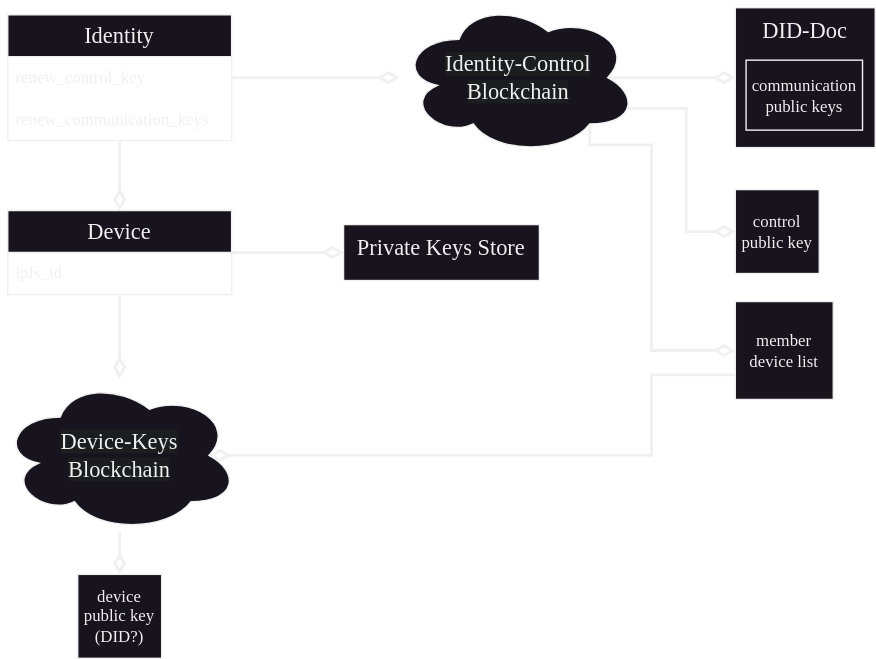
Before: KeyManagement.drawio.svg, a diagram exported from draw.io (emendir/WalytisIdentities). Source tidied: cells renumbered, new cells last; positions are measured from the earlier drawing's top-left corner, leaving out a move shared by most shapes. Its diagram source:
```xml
<mxGraphModel>
  <root>
    <mxCell id="0" />
    <mxCell id="1" parent="0" />
    <mxCell id="2" value="DID-Doc" style="rounded=0;whiteSpace=wrap;html=1;verticalAlign=top;fontSize=16;fontFamily=Libertinus;" parent="1" vertex="1">
      <mxGeometry x="525" y="5" width="100" height="100" as="geometry" />
    </mxCell>
    <mxCell id="3" value="communication&lt;br&gt;public keys" style="rounded=0;whiteSpace=wrap;html=1;fontFamily=Libertinus;" parent="2" vertex="1">
      <mxGeometry x="7.7" y="37.5" width="83.2" height="50" as="geometry" />
    </mxCell>
    <mxCell id="4" style="edgeStyle=orthogonalEdgeStyle;rounded=0;jettySize=auto;html=1;exitX=0.875;exitY=0.5;exitDx=0;exitDy=0;endArrow=diamondThin;endFill=0;strokeWidth=2;endSize=10;fontFamily=Libertinus;exitPerimeter=0;" parent="1" edge="1" source="19" target="2">
      <mxGeometry relative="1" as="geometry" />
    </mxCell>
    <mxCell id="5" style="edgeStyle=orthogonalEdgeStyle;rounded=0;jettySize=auto;html=1;exitX=0.8;exitY=0.8;exitDx=0;exitDy=0;entryX=0;entryY=0.5;entryDx=0;entryDy=0;endArrow=diamondThin;fontFamily=Libertinus;endFill=0;strokeWidth=2;endSize=10;exitPerimeter=0;" parent="1" edge="1" source="19" target="17">
      <mxGeometry relative="1" as="geometry">
        <Array as="points">
          <mxPoint x="421" y="103" />
          <mxPoint x="465" y="103" />
          <mxPoint x="465" y="250" />
        </Array>
      </mxGeometry>
    </mxCell>
    <mxCell id="6" style="edgeStyle=orthogonalEdgeStyle;rounded=0;jettySize=auto;html=1;endArrow=diamondThin;endFill=0;strokeWidth=2;fontFamily=Libertinus;endSize=10;" parent="1" edge="1" source="12" target="19">
      <mxGeometry relative="1" as="geometry" />
    </mxCell>
    <mxCell id="7" value="control public key" style="rounded=0;whiteSpace=wrap;html=1;fontFamily=Libertinus;" parent="1" vertex="1">
      <mxGeometry x="525" y="135" width="60" height="60" as="geometry" />
    </mxCell>
    <mxCell id="8" style="edgeStyle=orthogonalEdgeStyle;rounded=0;jettySize=auto;html=1;exitX=0.96;exitY=0.7;exitDx=0;exitDy=0;endArrow=diamondThin;endFill=0;strokeWidth=2;endSize=10;fontFamily=Libertinus;entryX=0;entryY=0.5;entryDx=0;entryDy=0;exitPerimeter=0;" parent="1" edge="1" source="19" target="7">
      <mxGeometry relative="1" as="geometry" />
    </mxCell>
    <mxCell id="9" value="Private Keys Store" style="rounded=0;whiteSpace=wrap;html=1;fontSize=16;verticalAlign=top;fontFamily=Libertinus;" parent="1" vertex="1">
      <mxGeometry x="245" y="160" width="140" height="40" as="geometry" />
    </mxCell>
    <mxCell id="10" style="edgeStyle=orthogonalEdgeStyle;rounded=0;jettySize=auto;html=1;endArrow=diamondThin;endFill=0;strokeWidth=2;fontFamily=Libertinus;endSize=10;" parent="1" edge="1" source="20" target="9">
      <mxGeometry relative="1" as="geometry" />
    </mxCell>
    <mxCell id="11" style="edgeStyle=orthogonalEdgeStyle;rounded=0;jettySize=auto;html=1;endArrow=diamondThin;endFill=0;strokeWidth=2;fontFamily=Libertinus;endSize=10;" parent="1" edge="1" source="12" target="20">
      <mxGeometry relative="1" as="geometry" />
    </mxCell>
    <mxCell id="12" value="&lt;font style=&quot;font-size: 16px;&quot;&gt;Identity&lt;/font&gt;" style="swimlane;fontStyle=0;horizontal=1;startSize=30;whiteSpace=wrap;html=1;fontFamily=Libertinus;" parent="1" vertex="1">
      <mxGeometry x="5" y="10" width="160" height="90" as="geometry" />
    </mxCell>
    <mxCell id="13" value="renew_control_key" style="text;strokeColor=none;fillColor=none;align=left;verticalAlign=middle;spacingLeft=4;spacingRight=4;overflow=hidden;whiteSpace=wrap;html=1;fontFamily=Libertinus;" parent="12" vertex="1">
      <mxGeometry y="30" width="160" height="30" as="geometry" />
    </mxCell>
    <mxCell id="14" value="renew_communication_keys" style="text;strokeColor=none;fillColor=none;align=left;verticalAlign=middle;spacingLeft=4;spacingRight=4;overflow=hidden;whiteSpace=wrap;html=1;fontFamily=Libertinus;" parent="12" vertex="1">
      <mxGeometry y="60" width="160" height="30" as="geometry" />
    </mxCell>
    <mxCell id="15" style="edgeStyle=orthogonalEdgeStyle;rounded=0;jettySize=auto;html=1;endArrow=diamondThin;fontFamily=Libertinus;endFill=0;strokeWidth=2;endSize=10;" parent="1" edge="1" source="20" target="22">
      <mxGeometry relative="1" as="geometry" />
    </mxCell>
    <mxCell id="16" style="edgeStyle=orthogonalEdgeStyle;rounded=0;jettySize=auto;html=1;endArrow=diamondThin;fontFamily=Libertinus;endFill=0;strokeWidth=2;endSize=10;" parent="1" edge="1" source="22" target="18">
      <mxGeometry relative="1" as="geometry" />
    </mxCell>
    <mxCell id="17" value="member device list" style="rounded=0;whiteSpace=wrap;html=1;fontFamily=Libertinus;" parent="1" vertex="1">
      <mxGeometry x="525" y="215" width="70" height="70" as="geometry" />
    </mxCell>
    <mxCell id="18" value="device public key (DID?)" style="rounded=0;whiteSpace=wrap;html=1;fontFamily=Libertinus;" parent="1" vertex="1">
      <mxGeometry x="55" y="410" width="60" height="60" as="geometry" />
    </mxCell>
    <mxCell id="19" value="&lt;span style=&quot;color: rgb(240, 240, 240); font-family: Libertinus; font-size: 16px; font-style: normal; font-variant-ligatures: normal; font-variant-caps: normal; font-weight: 400; letter-spacing: normal; orphans: 2; text-align: center; text-indent: 0px; text-transform: none; widows: 2; word-spacing: 0px; -webkit-text-stroke-width: 0px; background-color: rgb(27, 29, 30); text-decoration-thickness: initial; text-decoration-style: initial; text-decoration-color: initial; float: none; display: inline !important;&quot;&gt;Identity-Control&lt;/span&gt;&lt;br style=&quot;border-color: rgb(0, 0, 0); color: rgb(240, 240, 240); font-family: Libertinus; font-size: 16px; font-style: normal; font-variant-ligatures: normal; font-variant-caps: normal; font-weight: 400; letter-spacing: normal; orphans: 2; text-align: center; text-indent: 0px; text-transform: none; widows: 2; word-spacing: 0px; -webkit-text-stroke-width: 0px; background-color: rgb(27, 29, 30); text-decoration-thickness: initial; text-decoration-style: initial; text-decoration-color: initial;&quot;&gt;&lt;span style=&quot;color: rgb(240, 240, 240); font-family: Libertinus; font-size: 16px; font-style: normal; font-variant-ligatures: normal; font-variant-caps: normal; font-weight: 400; letter-spacing: normal; orphans: 2; text-align: center; text-indent: 0px; text-transform: none; widows: 2; word-spacing: 0px; -webkit-text-stroke-width: 0px; background-color: rgb(27, 29, 30); text-decoration-thickness: initial; text-decoration-style: initial; text-decoration-color: initial; float: none; display: inline !important;&quot;&gt;Blockchain&lt;/span&gt;" style="ellipse;shape=cloud;whiteSpace=wrap;html=1;" parent="1" vertex="1">
      <mxGeometry x="285" width="170" height="110" as="geometry" />
    </mxCell>
    <mxCell id="20" value="&lt;font style=&quot;font-size: 16px;&quot;&gt;Device&lt;/font&gt;" style="swimlane;fontStyle=0;horizontal=1;startSize=30;whiteSpace=wrap;html=1;fontFamily=Libertinus;" parent="1" vertex="1">
      <mxGeometry x="5" y="150" width="160" height="60" as="geometry" />
    </mxCell>
    <mxCell id="21" value="ipfs_id" style="text;strokeColor=none;fillColor=none;align=left;verticalAlign=middle;spacingLeft=4;spacingRight=4;overflow=hidden;whiteSpace=wrap;html=1;fontFamily=Libertinus;" parent="20" vertex="1">
      <mxGeometry y="30" width="160" height="30" as="geometry" />
    </mxCell>
    <mxCell id="22" value="&lt;span style=&quot;color: rgb(240, 240, 240); font-family: Libertinus; font-size: 16px; font-style: normal; font-variant-ligatures: normal; font-variant-caps: normal; font-weight: 400; letter-spacing: normal; orphans: 2; text-align: center; text-indent: 0px; text-transform: none; widows: 2; word-spacing: 0px; -webkit-text-stroke-width: 0px; background-color: rgb(27, 29, 30); text-decoration-thickness: initial; text-decoration-style: initial; text-decoration-color: initial; float: none; display: inline !important;&quot;&gt;Device-Keys&lt;br&gt;Blockchain&lt;/span&gt;" style="ellipse;shape=cloud;whiteSpace=wrap;html=1;" parent="1" vertex="1">
      <mxGeometry y="270" width="170" height="110" as="geometry" />
    </mxCell>
    <mxCell id="23" style="edgeStyle=orthogonalEdgeStyle;rounded=0;jettySize=auto;html=1;exitX=0;exitY=0.75;exitDx=0;exitDy=0;entryX=0.875;entryY=0.5;entryDx=0;entryDy=0;endArrow=diamondThin;fontFamily=Libertinus;endFill=0;strokeWidth=2;endSize=10;entryPerimeter=0;" parent="1" edge="1" source="17" target="22">
      <mxGeometry relative="1" as="geometry">
        <Array as="points">
          <mxPoint x="465" y="268" />
          <mxPoint x="465" y="325" />
        </Array>
      </mxGeometry>
    </mxCell>
  </root>
</mxGraphModel>
```
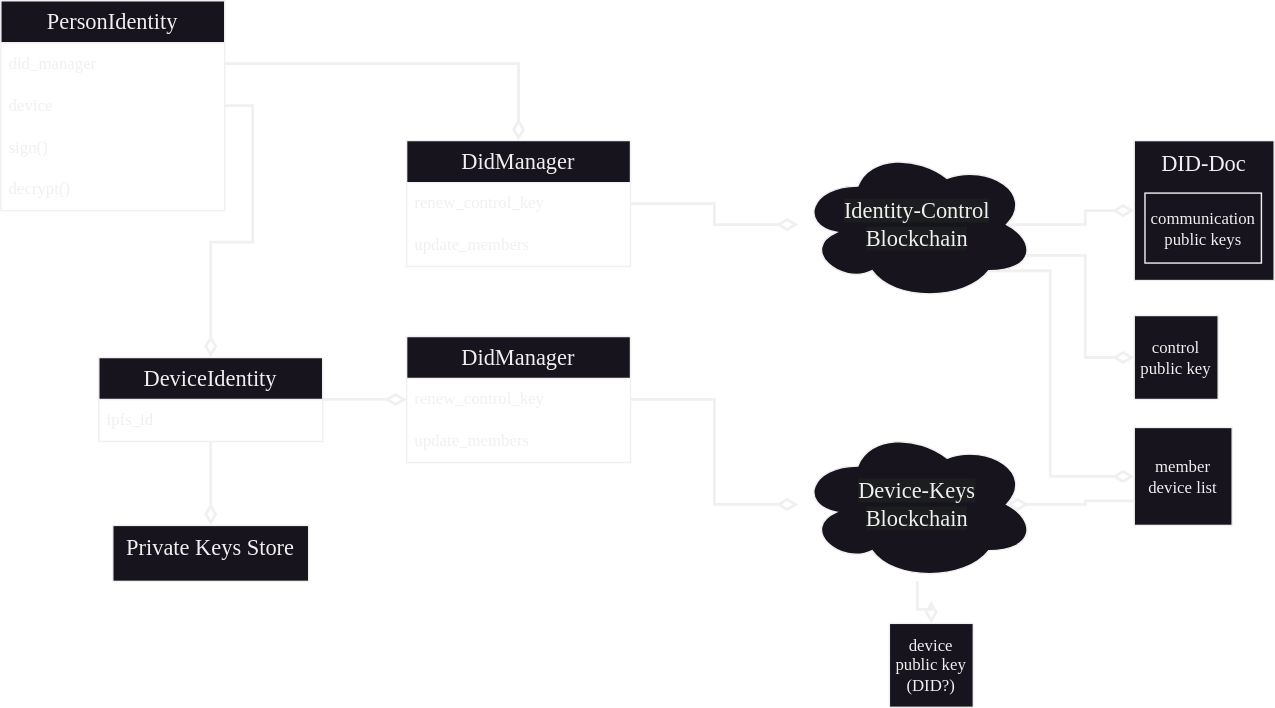
Later version of the same file.

Commit message:
PersonIdentityAccess.device_identity_access

The edit, as a diff of the source:
```diff
@@ -3,7 +3,7 @@
     <mxCell id="0" />
     <mxCell id="1" parent="0" />
     <mxCell id="2" value="DID-Doc" style="rounded=0;whiteSpace=wrap;html=1;verticalAlign=top;fontSize=16;fontFamily=Libertinus;" parent="1" vertex="1">
-      <mxGeometry x="525" y="5" width="100" height="100" as="geometry" />
+      <mxGeometry x="975" y="50" width="100" height="100" as="geometry" />
     </mxCell>
     <mxCell id="3" value="communication&lt;br&gt;public keys" style="rounded=0;whiteSpace=wrap;html=1;fontFamily=Libertinus;" parent="2" vertex="1">
       <mxGeometry x="7.7" y="37.5" width="83.2" height="50" as="geometry" />
@@ -14,9 +14,9 @@
     <mxCell id="5" style="edgeStyle=orthogonalEdgeStyle;rounded=0;jettySize=auto;html=1;exitX=0.8;exitY=0.8;exitDx=0;exitDy=0;entryX=0;entryY=0.5;entryDx=0;entryDy=0;endArrow=diamondThin;fontFamily=Libertinus;endFill=0;strokeWidth=2;endSize=10;exitPerimeter=0;" parent="1" edge="1" source="19" target="17">
       <mxGeometry relative="1" as="geometry">
         <Array as="points">
-          <mxPoint x="421" y="103" />
-          <mxPoint x="465" y="103" />
-          <mxPoint x="465" y="250" />
+          <mxPoint x="871" y="143" />
+          <mxPoint x="915" y="143" />
+          <mxPoint x="915" y="290" />
         </Array>
       </mxGeometry>
     </mxCell>
@@ -24,60 +24,85 @@
       <mxGeometry relative="1" as="geometry" />
     </mxCell>
     <mxCell id="7" value="control public key" style="rounded=0;whiteSpace=wrap;html=1;fontFamily=Libertinus;" parent="1" vertex="1">
-      <mxGeometry x="525" y="135" width="60" height="60" as="geometry" />
+      <mxGeometry x="975" y="175" width="60" height="60" as="geometry" />
     </mxCell>
     <mxCell id="8" style="edgeStyle=orthogonalEdgeStyle;rounded=0;jettySize=auto;html=1;exitX=0.96;exitY=0.7;exitDx=0;exitDy=0;endArrow=diamondThin;endFill=0;strokeWidth=2;endSize=10;fontFamily=Libertinus;entryX=0;entryY=0.5;entryDx=0;entryDy=0;exitPerimeter=0;" parent="1" edge="1" source="19" target="7">
       <mxGeometry relative="1" as="geometry" />
     </mxCell>
     <mxCell id="9" value="Private Keys Store" style="rounded=0;whiteSpace=wrap;html=1;fontSize=16;verticalAlign=top;fontFamily=Libertinus;" parent="1" vertex="1">
-      <mxGeometry x="245" y="160" width="140" height="40" as="geometry" />
+      <mxGeometry x="245" y="325" width="140" height="40" as="geometry" />
     </mxCell>
     <mxCell id="10" style="edgeStyle=orthogonalEdgeStyle;rounded=0;jettySize=auto;html=1;endArrow=diamondThin;endFill=0;strokeWidth=2;fontFamily=Libertinus;endSize=10;" parent="1" edge="1" source="20" target="9">
       <mxGeometry relative="1" as="geometry" />
     </mxCell>
-    <mxCell id="11" style="edgeStyle=orthogonalEdgeStyle;rounded=0;jettySize=auto;html=1;endArrow=diamondThin;endFill=0;strokeWidth=2;fontFamily=Libertinus;endSize=10;" parent="1" edge="1" source="12" target="20">
+    <mxCell id="11" style="rounded=0;jettySize=auto;html=1;endArrow=diamondThin;endFill=0;strokeWidth=2;fontFamily=Libertinus;endSize=10;exitX=1;exitY=0.5;exitDx=0;exitDy=0;edgeStyle=orthogonalEdgeStyle;" parent="1" edge="1" source="27" target="20">
       <mxGeometry relative="1" as="geometry" />
     </mxCell>
-    <mxCell id="12" value="&lt;font style=&quot;font-size: 16px;&quot;&gt;Identity&lt;/font&gt;" style="swimlane;fontStyle=0;horizontal=1;startSize=30;whiteSpace=wrap;html=1;fontFamily=Libertinus;" parent="1" vertex="1">
-      <mxGeometry x="5" y="10" width="160" height="90" as="geometry" />
+    <mxCell id="12" value="&lt;font style=&quot;font-size: 16px;&quot;&gt;DidManager&lt;/font&gt;" style="swimlane;fontStyle=0;horizontal=1;startSize=30;whiteSpace=wrap;html=1;fontFamily=Libertinus;" parent="1" vertex="1">
+      <mxGeometry x="455" y="50" width="160" height="90" as="geometry" />
     </mxCell>
     <mxCell id="13" value="renew_control_key" style="text;strokeColor=none;fillColor=none;align=left;verticalAlign=middle;spacingLeft=4;spacingRight=4;overflow=hidden;whiteSpace=wrap;html=1;fontFamily=Libertinus;" parent="12" vertex="1">
       <mxGeometry y="30" width="160" height="30" as="geometry" />
     </mxCell>
-    <mxCell id="14" value="renew_communication_keys" style="text;strokeColor=none;fillColor=none;align=left;verticalAlign=middle;spacingLeft=4;spacingRight=4;overflow=hidden;whiteSpace=wrap;html=1;fontFamily=Libertinus;" parent="12" vertex="1">
-      <mxGeometry y="60" width="160" height="30" as="geometry" />
-    </mxCell>
+    <mxCell id="24" value="update_members" style="text;strokeColor=none;fillColor=none;align=left;verticalAlign=middle;spacingLeft=4;spacingRight=4;overflow=hidden;whiteSpace=wrap;html=1;fontFamily=Libertinus;" parent="12" vertex="1">
+      <mxGeometry y="60" width="160" height="30" as="geometry" />
+    </mxCell>
-    <mxCell id="15" style="edgeStyle=orthogonalEdgeStyle;rounded=0;jettySize=auto;html=1;endArrow=diamondThin;fontFamily=Libertinus;endFill=0;strokeWidth=2;endSize=10;" parent="1" edge="1" source="20" target="22">
+    <mxCell id="15" style="edgeStyle=orthogonalEdgeStyle;rounded=0;jettySize=auto;html=1;endArrow=diamondThin;fontFamily=Libertinus;endFill=0;strokeWidth=2;endSize=10;" parent="1" edge="1" source="32" target="22">
       <mxGeometry relative="1" as="geometry" />
     </mxCell>
     <mxCell id="16" style="edgeStyle=orthogonalEdgeStyle;rounded=0;jettySize=auto;html=1;endArrow=diamondThin;fontFamily=Libertinus;endFill=0;strokeWidth=2;endSize=10;" parent="1" edge="1" source="22" target="18">
       <mxGeometry relative="1" as="geometry" />
     </mxCell>
     <mxCell id="17" value="member device list" style="rounded=0;whiteSpace=wrap;html=1;fontFamily=Libertinus;" parent="1" vertex="1">
-      <mxGeometry x="525" y="215" width="70" height="70" as="geometry" />
+      <mxGeometry x="975" y="255" width="70" height="70" as="geometry" />
     </mxCell>
     <mxCell id="18" value="device public key (DID?)" style="rounded=0;whiteSpace=wrap;html=1;fontFamily=Libertinus;" parent="1" vertex="1">
-      <mxGeometry x="55" y="410" width="60" height="60" as="geometry" />
+      <mxGeometry x="800" y="395" width="60" height="60" as="geometry" />
     </mxCell>
     <mxCell id="19" value="&lt;span style=&quot;color: rgb(240, 240, 240); font-family: Libertinus; font-size: 16px; font-style: normal; font-variant-ligatures: normal; font-variant-caps: normal; font-weight: 400; letter-spacing: normal; orphans: 2; text-align: center; text-indent: 0px; text-transform: none; widows: 2; word-spacing: 0px; -webkit-text-stroke-width: 0px; background-color: rgb(27, 29, 30); text-decoration-thickness: initial; text-decoration-style: initial; text-decoration-color: initial; float: none; display: inline !important;&quot;&gt;Identity-Control&lt;/span&gt;&lt;br style=&quot;border-color: rgb(0, 0, 0); color: rgb(240, 240, 240); font-family: Libertinus; font-size: 16px; font-style: normal; font-variant-ligatures: normal; font-variant-caps: normal; font-weight: 400; letter-spacing: normal; orphans: 2; text-align: center; text-indent: 0px; text-transform: none; widows: 2; word-spacing: 0px; -webkit-text-stroke-width: 0px; background-color: rgb(27, 29, 30); text-decoration-thickness: initial; text-decoration-style: initial; text-decoration-color: initial;&quot;&gt;&lt;span style=&quot;color: rgb(240, 240, 240); font-family: Libertinus; font-size: 16px; font-style: normal; font-variant-ligatures: normal; font-variant-caps: normal; font-weight: 400; letter-spacing: normal; orphans: 2; text-align: center; text-indent: 0px; text-transform: none; widows: 2; word-spacing: 0px; -webkit-text-stroke-width: 0px; background-color: rgb(27, 29, 30); text-decoration-thickness: initial; text-decoration-style: initial; text-decoration-color: initial; float: none; display: inline !important;&quot;&gt;Blockchain&lt;/span&gt;" style="ellipse;shape=cloud;whiteSpace=wrap;html=1;" parent="1" vertex="1">
-      <mxGeometry x="285" width="170" height="110" as="geometry" />
+      <mxGeometry x="735" y="55" width="170" height="110" as="geometry" />
     </mxCell>
-    <mxCell id="20" value="&lt;font style=&quot;font-size: 16px;&quot;&gt;Device&lt;/font&gt;" style="swimlane;fontStyle=0;horizontal=1;startSize=30;whiteSpace=wrap;html=1;fontFamily=Libertinus;" parent="1" vertex="1">
-      <mxGeometry x="5" y="150" width="160" height="60" as="geometry" />
+    <mxCell id="20" value="&lt;font style=&quot;font-size: 16px;&quot;&gt;DeviceIdentity&lt;/font&gt;" style="swimlane;fontStyle=0;horizontal=1;startSize=30;whiteSpace=wrap;html=1;fontFamily=Libertinus;" parent="1" vertex="1">
+      <mxGeometry x="235" y="205" width="160" height="60" as="geometry" />
     </mxCell>
     <mxCell id="21" value="ipfs_id" style="text;strokeColor=none;fillColor=none;align=left;verticalAlign=middle;spacingLeft=4;spacingRight=4;overflow=hidden;whiteSpace=wrap;html=1;fontFamily=Libertinus;" parent="20" vertex="1">
       <mxGeometry y="30" width="160" height="30" as="geometry" />
     </mxCell>
     <mxCell id="22" value="&lt;span style=&quot;color: rgb(240, 240, 240); font-family: Libertinus; font-size: 16px; font-style: normal; font-variant-ligatures: normal; font-variant-caps: normal; font-weight: 400; letter-spacing: normal; orphans: 2; text-align: center; text-indent: 0px; text-transform: none; widows: 2; word-spacing: 0px; -webkit-text-stroke-width: 0px; background-color: rgb(27, 29, 30); text-decoration-thickness: initial; text-decoration-style: initial; text-decoration-color: initial; float: none; display: inline !important;&quot;&gt;Device-Keys&lt;br&gt;Blockchain&lt;/span&gt;" style="ellipse;shape=cloud;whiteSpace=wrap;html=1;" parent="1" vertex="1">
-      <mxGeometry y="270" width="170" height="110" as="geometry" />
+      <mxGeometry x="735" y="255" width="170" height="110" as="geometry" />
     </mxCell>
     <mxCell id="23" style="edgeStyle=orthogonalEdgeStyle;rounded=0;jettySize=auto;html=1;exitX=0;exitY=0.75;exitDx=0;exitDy=0;entryX=0.875;entryY=0.5;entryDx=0;entryDy=0;endArrow=diamondThin;fontFamily=Libertinus;endFill=0;strokeWidth=2;endSize=10;entryPerimeter=0;" parent="1" edge="1" source="17" target="22">
-      <mxGeometry relative="1" as="geometry">
-        <Array as="points">
-          <mxPoint x="465" y="268" />
-          <mxPoint x="465" y="325" />
-        </Array>
-      </mxGeometry>
+      <mxGeometry relative="1" as="geometry" />
     </mxCell>
+    <mxCell id="25" value="&lt;font style=&quot;font-size: 16px;&quot;&gt;PersonIdentity&lt;/font&gt;" style="swimlane;fontStyle=0;horizontal=1;startSize=30;whiteSpace=wrap;html=1;fontFamily=Libertinus;" parent="1" vertex="1">
+      <mxGeometry x="165" y="-50" width="160" height="150" as="geometry" />
+    </mxCell>
+    <mxCell id="26" value="did_manager" style="text;strokeColor=none;fillColor=none;align=left;verticalAlign=middle;spacingLeft=4;spacingRight=4;overflow=hidden;points=[[0,0.5],[1,0.5]];portConstraint=eastwest;whiteSpace=wrap;html=1;fontFamily=Libertinus;" parent="25" vertex="1">
+      <mxGeometry y="30" width="160" height="30" as="geometry" />
+    </mxCell>
+    <mxCell id="27" value="device" style="text;strokeColor=none;fillColor=none;align=left;verticalAlign=middle;spacingLeft=4;spacingRight=4;overflow=hidden;points=[[0,0.5],[1,0.5]];portConstraint=eastwest;whiteSpace=wrap;html=1;fontFamily=Libertinus;" parent="25" vertex="1">
+      <mxGeometry y="60" width="160" height="30" as="geometry" />
+    </mxCell>
+    <mxCell id="28" value="sign()" style="text;strokeColor=none;fillColor=none;align=left;verticalAlign=middle;spacingLeft=4;spacingRight=4;overflow=hidden;whiteSpace=wrap;html=1;fontFamily=Libertinus;" parent="25" vertex="1">
+      <mxGeometry y="90" width="160" height="30" as="geometry" />
+    </mxCell>
+    <mxCell id="29" value="decrypt()" style="text;strokeColor=none;fillColor=none;align=left;verticalAlign=middle;spacingLeft=4;spacingRight=4;overflow=hidden;whiteSpace=wrap;html=1;fontFamily=Libertinus;" parent="25" vertex="1">
+      <mxGeometry y="120" width="160" height="30" as="geometry" />
+    </mxCell>
+    <mxCell id="30" style="edgeStyle=orthogonalEdgeStyle;rounded=0;jettySize=auto;html=1;exitX=1;exitY=0.5;exitDx=0;exitDy=0;endArrow=diamondThin;fontFamily=Libertinus;endFill=0;strokeWidth=2;endSize=10;" parent="1" edge="1" source="26" target="12">
+      <mxGeometry relative="1" as="geometry" />
+    </mxCell>
+    <mxCell id="31" style="edgeStyle=orthogonalEdgeStyle;rounded=0;jettySize=auto;html=1;endArrow=diamondThin;fontFamily=Libertinus;endFill=0;strokeWidth=2;endSize=10;" parent="1" edge="1" source="20" target="32">
+      <mxGeometry relative="1" as="geometry" />
+    </mxCell>
+    <mxCell id="32" value="&lt;font style=&quot;font-size: 16px;&quot;&gt;DidManager&lt;/font&gt;" style="swimlane;fontStyle=0;horizontal=1;startSize=30;whiteSpace=wrap;html=1;fontFamily=Libertinus;" parent="1" vertex="1">
+      <mxGeometry x="455" y="190" width="160" height="90" as="geometry" />
+    </mxCell>
+    <mxCell id="33" value="renew_control_key" style="text;strokeColor=none;fillColor=none;align=left;verticalAlign=middle;spacingLeft=4;spacingRight=4;overflow=hidden;whiteSpace=wrap;html=1;fontFamily=Libertinus;" parent="32" vertex="1">
+      <mxGeometry y="30" width="160" height="30" as="geometry" />
+    </mxCell>
+    <mxCell id="34" value="update_members" style="text;strokeColor=none;fillColor=none;align=left;verticalAlign=middle;spacingLeft=4;spacingRight=4;overflow=hidden;whiteSpace=wrap;html=1;fontFamily=Libertinus;" parent="32" vertex="1">
+      <mxGeometry y="60" width="160" height="30" as="geometry" />
+    </mxCell>
   </root>
 </mxGraphModel>
```
